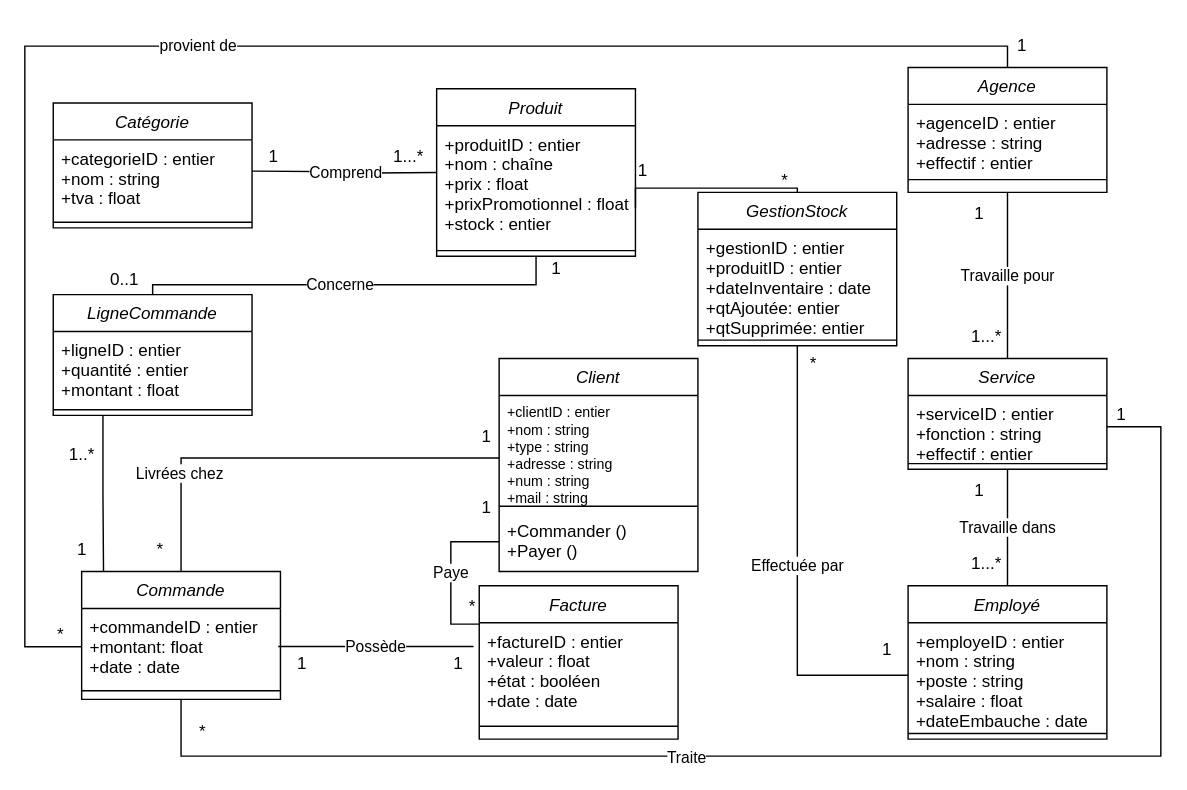
Earlier version of the draw.io diagram ModèleSG.drawio (Pi-erren/Canard_Dodu). Source tidied: cells renumbered, new cells numbered last; positions are measured from the earlier drawing's top-left corner, leaving out a move shared by most shapes. Both pictures are drawn from the tidied source at 142%, with x=0, y=0 at pixel (24, 24).
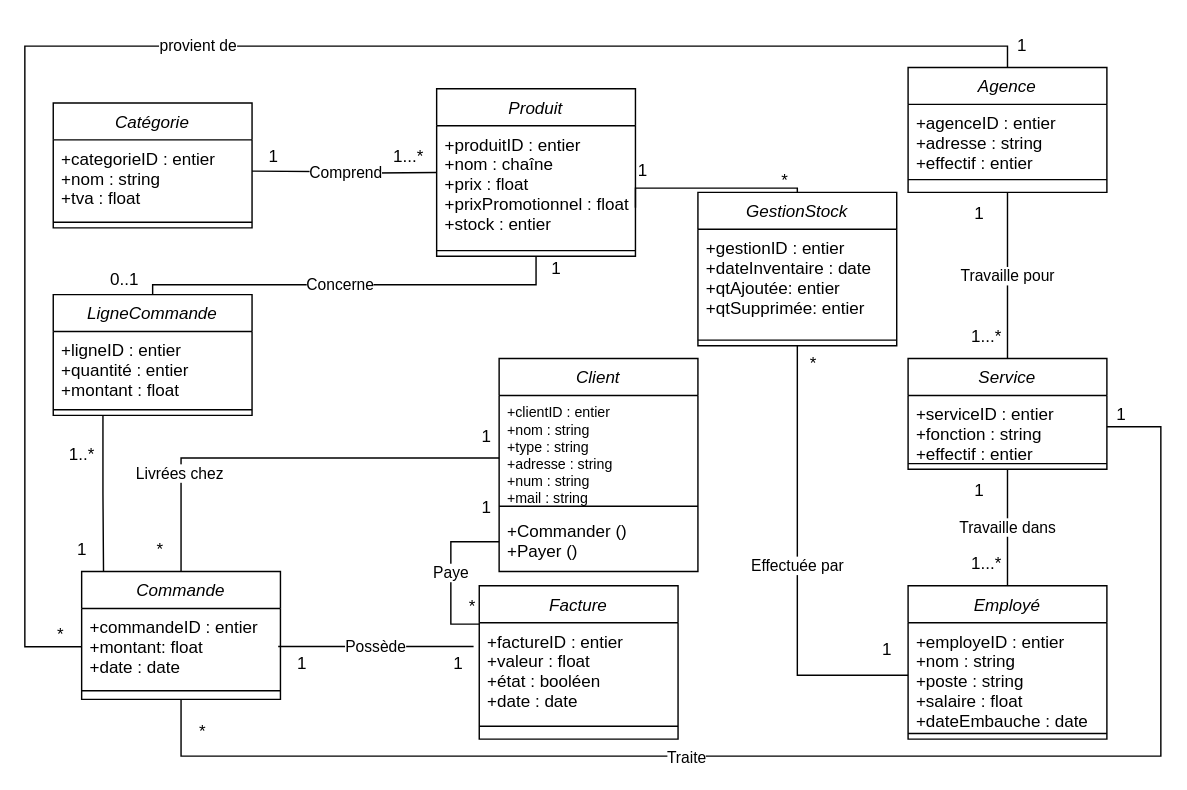
The same diagram, later.

Commit message:
Mettre à jour ModèleSG.drawio

Unchanged cells that the change refers to:
```xml
<mxCell id="62" value="GestionStock" style="swimlane;fontStyle=2;align=center;verticalAlign=top;horizontal=1;startSize=26;rounded=0;shadow=0;strokeWidth=1;" parent="1" vertex="1">
  <mxGeometry x="474" y="118" width="140" height="108" as="geometry" />
</mxCell>
```

Change to the diagram source:
```diff
@@
-    <mxCell id="63" value="+gestionID : entier&#10;+produitID : entier&#10;+dateInventaire : date&#10;+qtAjoutée: entier&#10;+qtSupprimée: entier" style="text;align=left;verticalAlign=top;spacingLeft=4;spacingRight=4;overflow=hidden;" parent="62" vertex="1">
+    <mxCell id="63" value="+gestionID : entier&#10;+dateInventaire : date&#10;+qtAjoutée: entier&#10;+qtSupprimée: entier" style="text;align=left;verticalAlign=top;spacingLeft=4;spacingRight=4;overflow=hidden;" parent="62" vertex="1">
       <mxGeometry y="26" width="140" height="74" as="geometry" />
     </mxCell>
```
